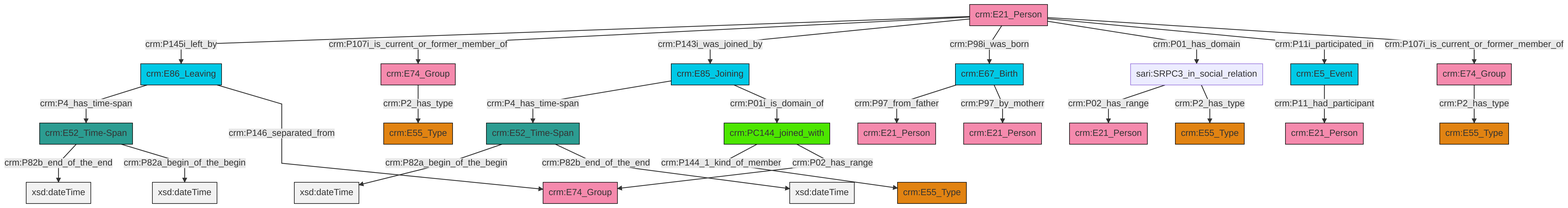
swiss-art-research-net/docs.swissartresearch keeps this Mermaid diagram as et/personCSV/ttl/mmd/png/Person_Actor_Relations.png. Above is the earlier version. Its source is kept beside it as et/personCSV/ttl/mmd/Person_Actor_Relations.ttl.mmd.
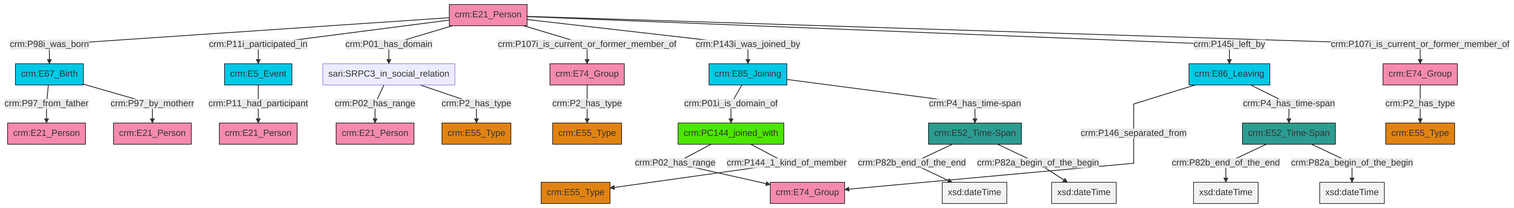
The same file after the commit.

Diff of the diagram source:
```diff
@@ -13,27 +13,27 @@
 classDef PC_Classes fill:#4ce600, stroke:#000000;
 classDef Multi fill:#cccccc,stroke:#000000;
 
-2["crm:E21_Person"]:::Actor -->|crm:P145i_left_by| 3["crm:E86_Leaving"]:::Temporal_Entity
-2["crm:E21_Person"]:::Actor -->|crm:P107i_is_current_or_former_member_of| 8["crm:E74_Group"]:::Actor
-2["crm:E21_Person"]:::Actor -->|crm:P143i_was_joined_by| 9["crm:E85_Joining"]:::Temporal_Entity
-8["crm:E74_Group"]:::Actor -->|crm:P2_has_type| 4["crm:E55_Type"]:::Type
-12["crm:PC144_joined_with"]:::PC_Classes -->|crm:P144_1_kind_of_member| 13["crm:E55_Type"]:::Type
-3["crm:E86_Leaving"]:::Temporal_Entity -->|crm:P4_has_time-span| 16["crm:E52_Time-Span"]:::Time-Span
-17["crm:E52_Time-Span"]:::Time-Span -->|crm:P82a_begin_of_the_begin| 18[xsd:dateTime]:::Literal
-16["crm:E52_Time-Span"]:::Time-Span -->|crm:P82b_end_of_the_end| 19[xsd:dateTime]:::Literal
-9["crm:E85_Joining"]:::Temporal_Entity -->|crm:P4_has_time-span| 17["crm:E52_Time-Span"]:::Time-Span
-2["crm:E21_Person"]:::Actor -->|crm:P98i_was_born| 0["crm:E67_Birth"]:::Temporal_Entity
-0["crm:E67_Birth"]:::Temporal_Entity -->|crm:P97_from_father| 24["crm:E21_Person"]:::Actor
-3["crm:E86_Leaving"]:::Temporal_Entity -->|crm:P146_separated_from| 21["crm:E74_Group"]:::Actor
-28["crm:E5_Event"]:::Temporal_Entity -->|crm:P11_had_participant| 29["crm:E21_Person"]:::Actor
-14["sari:SRPC3_in_social_relation"]:::Default -->|crm:P02_has_range| 32["crm:E21_Person"]:::Actor
-2["crm:E21_Person"]:::Actor -->|crm:P01_has_domain| 14["sari:SRPC3_in_social_relation"]:::Default
-12["crm:PC144_joined_with"]:::PC_Classes -->|crm:P02_has_range| 21["crm:E74_Group"]:::Actor
-14["sari:SRPC3_in_social_relation"]:::Default -->|crm:P2_has_type| 25["crm:E55_Type"]:::Type
-17["crm:E52_Time-Span"]:::Time-Span -->|crm:P82b_end_of_the_end| 38[xsd:dateTime]:::Literal
-2["crm:E21_Person"]:::Actor -->|crm:P11i_participated_in| 28["crm:E5_Event"]:::Temporal_Entity
-2["crm:E21_Person"]:::Actor -->|crm:P107i_is_current_or_former_member_of| 6["crm:E74_Group"]:::Actor
-9["crm:E85_Joining"]:::Temporal_Entity -->|crm:P01i_is_domain_of| 12["crm:PC144_joined_with"]:::PC_Classes
-6["crm:E74_Group"]:::Actor -->|crm:P2_has_type| 10["crm:E55_Type"]:::Type
-16["crm:E52_Time-Span"]:::Time-Span -->|crm:P82a_begin_of_the_begin| 45[xsd:dateTime]:::Literal
-0["crm:E67_Birth"]:::Temporal_Entity -->|crm:P97_by_motherr| 41["crm:E21_Person"]:::Actor
+2["crm:E21_Person"]:::Actor -->|crm:P98i_was_born| 3["crm:E67_Birth"]:::Temporal_Entity
+4["crm:PC144_joined_with"]:::PC_Classes -->|crm:P02_has_range| 5["crm:E74_Group"]:::Actor
+6["sari:SRPC3_in_social_relation"]:::Default -->|crm:P02_has_range| 7["crm:E21_Person"]:::Actor
+10["crm:E5_Event"]:::Temporal_Entity -->|crm:P11_had_participant| 11["crm:E21_Person"]:::Actor
+2["crm:E21_Person"]:::Actor -->|crm:P11i_participated_in| 10["crm:E5_Event"]:::Temporal_Entity
+15["crm:E85_Joining"]:::Temporal_Entity -->|crm:P01i_is_domain_of| 4["crm:PC144_joined_with"]:::PC_Classes
+8["crm:E86_Leaving"]:::Temporal_Entity -->|crm:P146_separated_from| 5["crm:E74_Group"]:::Actor
+2["crm:E21_Person"]:::Actor -->|crm:P01_has_domain| 6["sari:SRPC3_in_social_relation"]:::Default
+16["crm:E74_Group"]:::Actor -->|crm:P2_has_type| 17["crm:E55_Type"]:::Type
+13["crm:E52_Time-Span"]:::Time-Span -->|crm:P82b_end_of_the_end| 18[xsd:dateTime]:::Literal
+3["crm:E67_Birth"]:::Temporal_Entity -->|crm:P97_from_father| 21["crm:E21_Person"]:::Actor
+22["crm:E52_Time-Span"]:::Time-Span -->|crm:P82b_end_of_the_end| 23[xsd:dateTime]:::Literal
+15["crm:E85_Joining"]:::Temporal_Entity -->|crm:P4_has_time-span| 22["crm:E52_Time-Span"]:::Time-Span
+4["crm:PC144_joined_with"]:::PC_Classes -->|crm:P144_1_kind_of_member| 28["crm:E55_Type"]:::Type
+3["crm:E67_Birth"]:::Temporal_Entity -->|crm:P97_by_motherr| 0["crm:E21_Person"]:::Actor
+2["crm:E21_Person"]:::Actor -->|crm:P107i_is_current_or_former_member_of| 26["crm:E74_Group"]:::Actor
+2["crm:E21_Person"]:::Actor -->|crm:P143i_was_joined_by| 15["crm:E85_Joining"]:::Temporal_Entity
+6["sari:SRPC3_in_social_relation"]:::Default -->|crm:P2_has_type| 19["crm:E55_Type"]:::Type
+2["crm:E21_Person"]:::Actor -->|crm:P145i_left_by| 8["crm:E86_Leaving"]:::Temporal_Entity
+26["crm:E74_Group"]:::Actor -->|crm:P2_has_type| 31["crm:E55_Type"]:::Type
+13["crm:E52_Time-Span"]:::Time-Span -->|crm:P82a_begin_of_the_begin| 38[xsd:dateTime]:::Literal
+2["crm:E21_Person"]:::Actor -->|crm:P107i_is_current_or_former_member_of| 16["crm:E74_Group"]:::Actor
+8["crm:E86_Leaving"]:::Temporal_Entity -->|crm:P4_has_time-span| 13["crm:E52_Time-Span"]:::Time-Span
+22["crm:E52_Time-Span"]:::Time-Span -->|crm:P82a_begin_of_the_begin| 43[xsd:dateTime]:::Literal
```
